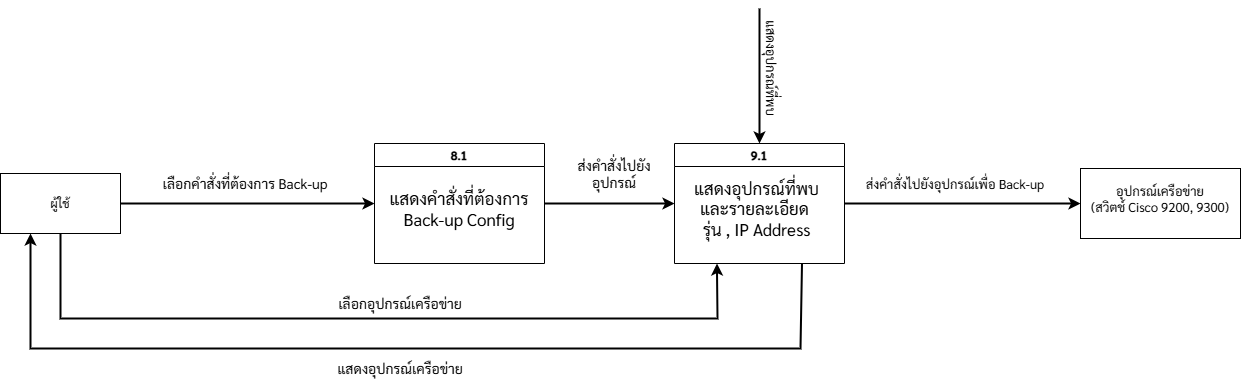
Above: Diagram/DFD/Data Flow Diagram Level 1 - 7.png in Minwatcharakorn/Project-CO-kddi (draw.io), before the change. Source tidied: cells renumbered, new cells last; positions are measured from the earlier drawing's top-left corner, leaving out a move shared by most shapes.
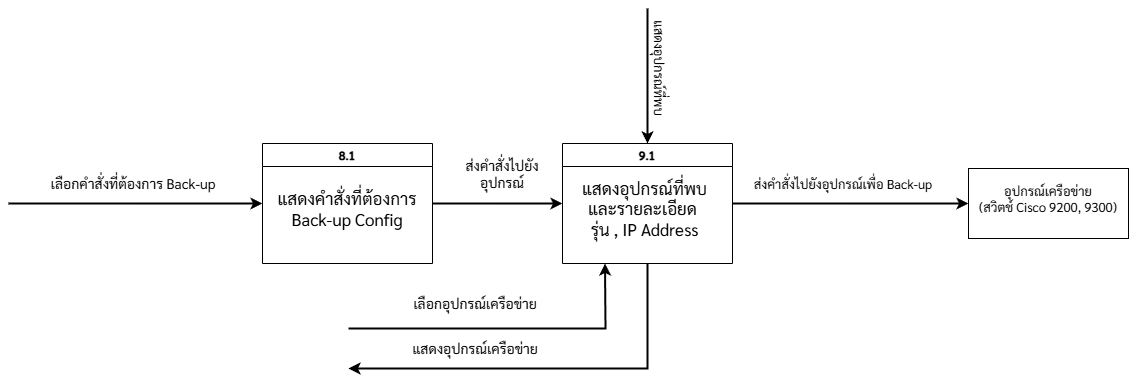
After the change.

The edit, as a diff of the source:
```diff
@@ -33,7 +33,7 @@
       <mxGeometry x="571" y="155" width="86" height="20" as="geometry" />
     </mxCell>
     <mxCell id="12" value="เลือกอุปกรณ์เครือข่าย" style="text;html=1;align=center;verticalAlign=middle;whiteSpace=wrap;rounded=0;fontFamily=Sarabun;fontSource=https%3A%2F%2Ffonts.googleapis.com%2Fcss%3Ffamily%3DSarabun;fontSize=14;" parent="1" vertex="1">
-      <mxGeometry x="330" y="290" width="140" height="10" as="geometry" />
+      <mxGeometry x="517" y="290" width="140" height="10" as="geometry" />
     </mxCell>
     <mxCell id="13" value="ส่งคำสั่งไปยังอุปกรณ์เพื่อ Back-up" style="text;html=1;align=center;verticalAlign=middle;whiteSpace=wrap;rounded=0;fontFamily=Sarabun;fontSource=https%3A%2F%2Ffonts.googleapis.com%2Fcss%3Ffamily%3DSarabun;fontSize=13;" parent="1" vertex="1">
       <mxGeometry x="860" y="165" width="190" height="20" as="geometry" />
@@ -46,36 +46,29 @@
         <mxPoint x="759" as="sourcePoint" />
       </mxGeometry>
     </mxCell>
-    <mxCell id="16" style="endArrow=classic;html=1;rounded=0;exitX=1;exitY=0.5;exitDx=0;exitDy=0;exitPerimeter=0;entryX=0;entryY=0.5;entryDx=0;entryDy=0;strokeWidth=2;" parent="1" edge="1" source="18" target="4">
-      <mxGeometry relative="1" as="geometry" />
+    <mxCell id="16" style="endArrow=classic;html=1;rounded=0;exitX=1;exitY=0.5;exitDx=0;exitDy=0;exitPerimeter=0;entryX=0;entryY=0.5;entryDx=0;entryDy=0;strokeWidth=2;" parent="1" edge="1" target="4">
+      <mxGeometry relative="1" as="geometry">
+        <mxPoint x="120" y="195" as="sourcePoint" />
+      </mxGeometry>
     </mxCell>
-    <mxCell id="17" style="group;" parent="1" vertex="1">
-      <mxGeometry y="165" width="120" height="60" as="geometry" />
-    </mxCell>
-    <mxCell id="18" style="rounded=0;whiteSpace=wrap;html=1;points=[[0,0,0,0,0],[0,0.25,0,0,0],[0,0.5,0,0,0],[0,0.75,0,0,0],[0,1,0,0,0],[0.13,1,0,0,0],[0.25,0,0,0,0],[0.25,1,0,0,0],[0.38,1,0,0,0],[0.5,0,0,0,0],[0.5,1,0,0,0],[0.75,0,0,0,0],[0.75,1,0,0,0],[1,0,0,0,0],[1,0.25,0,0,0],[1,0.5,0,0,0],[1,0.75,0,0,0],[1,1,0,0,0]];fontFamily=Sarabun;fontSource=https%3A%2F%2Ffonts.googleapis.com%2Fcss%3Ffamily%3DSarabun;" parent="17" vertex="1">
-      <mxGeometry width="120" height="60" as="geometry" />
-    </mxCell>
-    <mxCell id="19" value="ผู้ใช้" style="text;html=1;align=center;verticalAlign=middle;whiteSpace=wrap;rounded=0;fontFamily=Sarabun;fontSource=https%3A%2F%2Ffonts.googleapis.com%2Fcss%3Ffamily%3DSarabun;" parent="17" vertex="1">
-      <mxGeometry x="30" y="15" width="60" height="30" as="geometry" />
-    </mxCell>
-    <mxCell id="20" style="endArrow=classic;html=1;rounded=0;exitX=0.5;exitY=1;exitDx=0;exitDy=0;exitPerimeter=0;entryX=0.25;entryY=1;entryDx=0;entryDy=0;strokeWidth=2;" parent="1" edge="1" source="18" target="6">
-      <mxGeometry relative="1" as="geometry">
-        <Array as="points">
-          <mxPoint x="60" y="310" />
-          <mxPoint x="717" y="310" />
-        </Array>
-      </mxGeometry>
-    </mxCell>
-    <mxCell id="21" style="endArrow=classic;html=1;rounded=0;entryX=0.25;entryY=1;entryDx=0;entryDy=0;entryPerimeter=0;exitX=0.75;exitY=1;exitDx=0;exitDy=0;strokeWidth=2;" parent="1" edge="1" source="6" target="18">
-      <mxGeometry relative="1" as="geometry">
-        <Array as="points">
-          <mxPoint x="800" y="340" />
-          <mxPoint x="30" y="340" />
-        </Array>
-      </mxGeometry>
-    </mxCell>
     <mxCell id="22" value="แสดงอุปกรณ์เครือข่าย" style="text;html=1;align=center;verticalAlign=middle;whiteSpace=wrap;rounded=0;fontFamily=Sarabun;fontSource=https%3A%2F%2Ffonts.googleapis.com%2Fcss%3Ffamily%3DSarabun;fontSize=14;" parent="1" vertex="1">
-      <mxGeometry x="330" y="350" width="140" height="20" as="geometry" />
+      <mxGeometry x="517" y="330" width="140" height="20" as="geometry" />
     </mxCell>
+    <mxCell id="23" style="endArrow=classic;html=1;rounded=0;entryX=0.25;entryY=1;entryDx=0;entryDy=0;strokeWidth=2;" parent="1" edge="1" target="6">
+      <mxGeometry relative="1" as="geometry">
+        <mxPoint x="460" y="320" as="sourcePoint" />
+        <Array as="points">
+          <mxPoint x="717" y="320" />
+        </Array>
+      </mxGeometry>
+    </mxCell>
+    <mxCell id="24" style="endArrow=classic;html=1;rounded=0;exitX=0.5;exitY=1;exitDx=0;exitDy=0;strokeWidth=2;" parent="1" edge="1" source="6">
+      <mxGeometry relative="1" as="geometry">
+        <mxPoint x="460" y="360" as="targetPoint" />
+        <Array as="points">
+          <mxPoint x="759" y="360" />
+        </Array>
+      </mxGeometry>
+    </mxCell>
   </root>
 </mxGraphModel>
```
